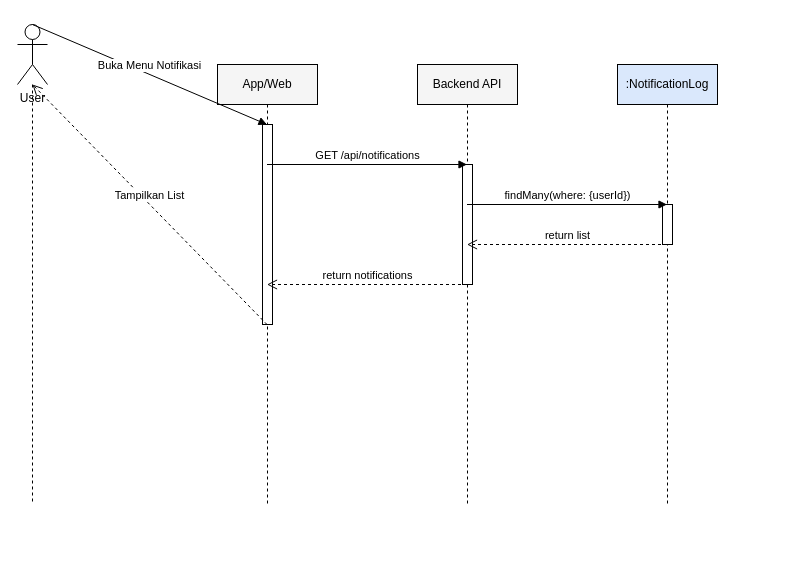
Earlier version of the draw.io diagram docs/sequence_user_view_notifications.drawio (muhammaddzaki123/adminkassmpit). Source tidied: cells renumbered, new cells numbered last; positions are measured from the earlier drawing's top-left corner, leaving out a move shared by most shapes. Both pictures are drawn from the tidied source at 100%, with x=0, y=0 at pixel (17, 24).
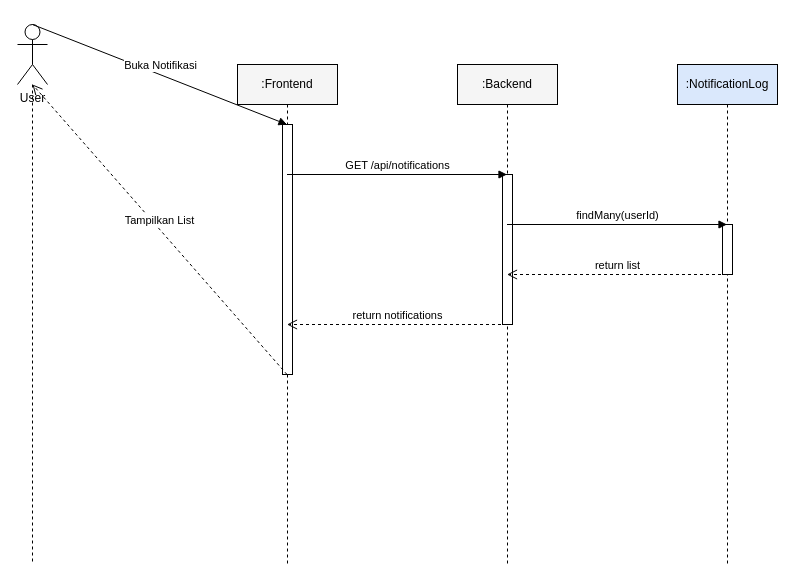
Above is the later version.

What changed in the source:
```diff
@@
 <mxGraphModel>
   <root>
     <mxCell id="0" />
     <mxCell id="1" parent="0" />
     <mxCell id="2" value="User" style="shape=umlActor;verticalLabelPosition=bottom;verticalAlign=top;html=1;outlineConnect=0;" parent="1" vertex="1">
       <mxGeometry width="30" height="60" as="geometry" />
     </mxCell>
     <mxCell id="3" style="endArrow=none;dashed=1;html=1;" parent="1" edge="1" source="2">
       <mxGeometry relative="1" as="geometry">
-        <mxPoint x="15" y="480" as="targetPoint" />
+        <mxPoint x="15" y="540" as="targetPoint" />
       </mxGeometry>
     </mxCell>
-    <mxCell id="4" value="App/Web" style="shape=umlLifeline;perimeter=lifelinePerimeter;whiteSpace=wrap;html=1;outlineConnect=0;fillColor=#f5f5f5;" parent="1" vertex="1">
-      <mxGeometry x="200" y="40" width="100" height="440" as="geometry" />
+    <mxCell id="4" value=":Frontend" style="shape=umlLifeline;perimeter=lifelinePerimeter;whiteSpace=wrap;html=1;outlineConnect=0;fillColor=#f5f5f5;" parent="1" vertex="1">
+      <mxGeometry x="220" y="40" width="100" height="500" as="geometry" />
     </mxCell>
-    <mxCell id="5" value="Backend API" style="shape=umlLifeline;perimeter=lifelinePerimeter;whiteSpace=wrap;html=1;outlineConnect=0;fillColor=#f5f5f5;" parent="1" vertex="1">
-      <mxGeometry x="400" y="40" width="100" height="440" as="geometry" />
+    <mxCell id="5" value=":Backend" style="shape=umlLifeline;perimeter=lifelinePerimeter;whiteSpace=wrap;html=1;outlineConnect=0;fillColor=#f5f5f5;" parent="1" vertex="1">
+      <mxGeometry x="440" y="40" width="100" height="500" as="geometry" />
     </mxCell>
     <mxCell id="6" value=":NotificationLog" style="shape=umlLifeline;perimeter=lifelinePerimeter;whiteSpace=wrap;html=1;outlineConnect=0;fillColor=#dae8fc;" parent="1" vertex="1">
-      <mxGeometry x="600" y="40" width="100" height="440" as="geometry" />
+      <mxGeometry x="660" y="40" width="100" height="500" as="geometry" />
     </mxCell>
     <mxCell id="7" style="html=1;perimeter=orthogonalPerimeter;fillColor=#FFFFFF;strokeColor=#000000;" parent="1" vertex="1">
-      <mxGeometry x="645" y="180" width="10" height="40" as="geometry" />
+      <mxGeometry x="705" y="200" width="10" height="50" as="geometry" />
     </mxCell>
     <mxCell id="8" style="html=1;perimeter=orthogonalPerimeter;fillColor=#FFFFFF;strokeColor=#000000;" parent="1" vertex="1">
-      <mxGeometry x="445" y="140" width="10" height="120" as="geometry" />
+      <mxGeometry x="485" y="150" width="10" height="150" as="geometry" />
     </mxCell>
     <mxCell id="9" style="html=1;perimeter=orthogonalPerimeter;fillColor=#FFFFFF;strokeColor=#000000;" parent="1" vertex="1">
-      <mxGeometry x="245" y="100" width="10" height="200" as="geometry" />
+      <mxGeometry x="265" y="100" width="10" height="250" as="geometry" />
     </mxCell>
-    <mxCell id="10" value="Buka Menu Notifikasi" style="html=1;verticalAlign=bottom;endArrow=block;rounded=0;entryX=0.5;entryY=0.13636363636363635;exitX=0.5;exitY=0.13636363636363635;" parent="1" edge="1" source="2" target="4">
+    <mxCell id="10" value="Buka Notifikasi" style="html=1;verticalAlign=bottom;endArrow=block;rounded=0;entryX=0.5;entryY=0.12;exitX=0.5;exitY=0.12;" parent="1" edge="1" source="2" target="4">
       <mxGeometry relative="1" as="geometry" />
     </mxCell>
-    <mxCell id="11" value="GET /api/notifications" style="html=1;verticalAlign=bottom;endArrow=block;rounded=0;entryX=0.5;entryY=0.22727272727272727;exitX=0.5;exitY=0.22727272727272727;" parent="1" edge="1" source="4" target="5">
+    <mxCell id="11" value="GET /api/notifications" style="html=1;verticalAlign=bottom;endArrow=block;rounded=0;entryX=0.5;entryY=0.22;exitX=0.5;exitY=0.22;" parent="1" edge="1" source="4" target="5">
       <mxGeometry relative="1" as="geometry" />
     </mxCell>
-    <mxCell id="12" value="findMany(where: {userId})" style="html=1;verticalAlign=bottom;endArrow=block;rounded=0;entryX=0.5;entryY=0.3181818181818182;exitX=0.5;exitY=0.3181818181818182;" parent="1" edge="1" source="5" target="6">
+    <mxCell id="12" value="findMany(userId)" style="html=1;verticalAlign=bottom;endArrow=block;rounded=0;entryX=0.5;entryY=0.32;exitX=0.5;exitY=0.32;" parent="1" edge="1" source="5" target="6">
       <mxGeometry relative="1" as="geometry" />
     </mxCell>
-    <mxCell id="13" value="return list" style="html=1;verticalAlign=bottom;endArrow=open;dashed=1;endSize=8;rounded=0;entryX=0.5;entryY=0.4090909090909091;exitX=0.5;exitY=0.4090909090909091;" parent="1" edge="1" source="6" target="5">
+    <mxCell id="13" value="return list" style="html=1;verticalAlign=bottom;endArrow=open;dashed=1;endSize=8;rounded=0;entryX=0.5;entryY=0.42;exitX=0.5;exitY=0.42;" parent="1" edge="1" source="6" target="5">
       <mxGeometry relative="1" as="geometry" />
     </mxCell>
-    <mxCell id="14" value="return notifications" style="html=1;verticalAlign=bottom;endArrow=open;dashed=1;endSize=8;rounded=0;entryX=0.5;entryY=0.5;exitX=0.5;exitY=0.5;" parent="1" edge="1" source="5" target="4">
+    <mxCell id="14" value="return notifications" style="html=1;verticalAlign=bottom;endArrow=open;dashed=1;endSize=8;rounded=0;entryX=0.5;entryY=0.52;exitX=0.5;exitY=0.52;" parent="1" edge="1" source="5" target="4">
       <mxGeometry relative="1" as="geometry" />
     </mxCell>
-    <mxCell id="15" value="Tampilkan List" style="html=1;verticalAlign=bottom;endArrow=open;dashed=1;endSize=8;rounded=0;entryX=0.5;entryY=0.5909090909090909;exitX=0.5;exitY=0.5909090909090909;" parent="1" edge="1" source="4" target="2">
+    <mxCell id="15" value="Tampilkan List" style="html=1;verticalAlign=bottom;endArrow=open;dashed=1;endSize=8;rounded=0;entryX=0.5;entryY=0.62;exitX=0.5;exitY=0.62;" parent="1" edge="1" source="4" target="2">
       <mxGeometry relative="1" as="geometry" />
     </mxCell>
   </root>
 </mxGraphModel>
```
